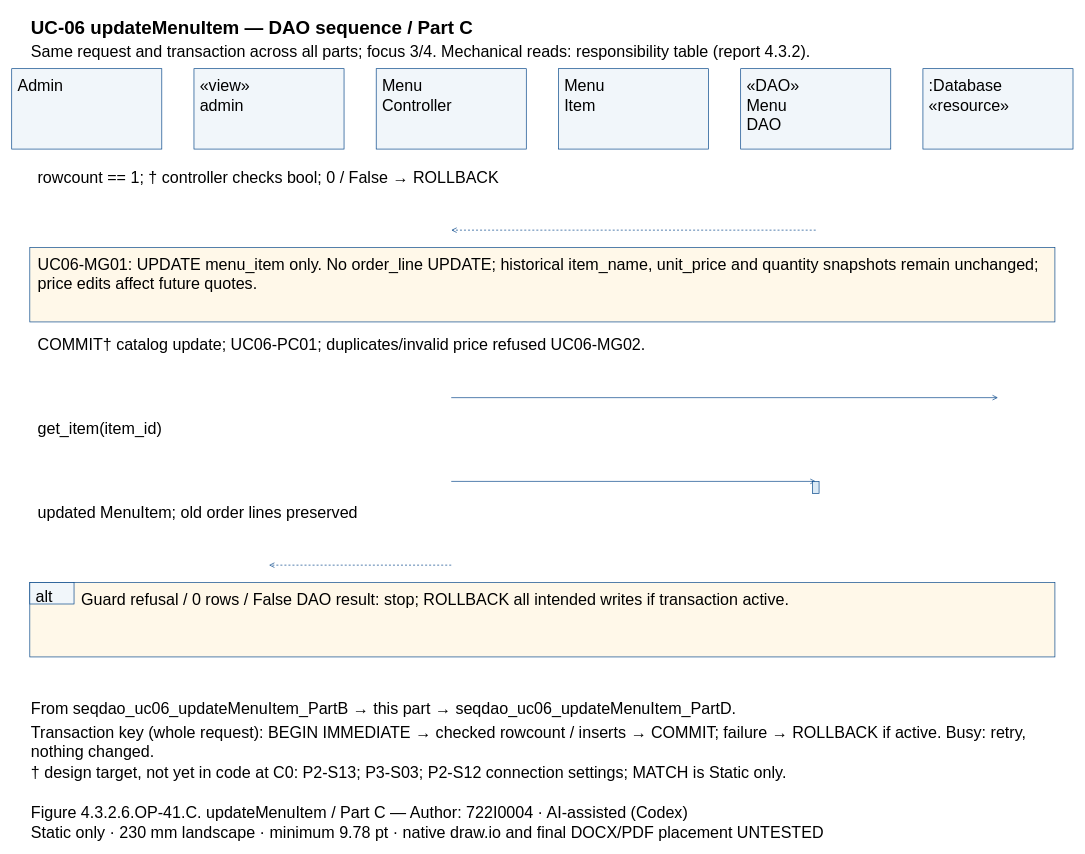
Above: models/UC-06/seqdao_uc06_updateMenuItem_PartC.drawio in Dat071104/SaigonBite (draw.io), before the change. Source tidied: cells renumbered, new cells numbered last; positions are measured from the earlier drawing's top-left corner, leaving out a move shared by most shapes. Both pictures are drawn from the tidied source at 67%, with x=0, y=0 at pixel (11, 11).
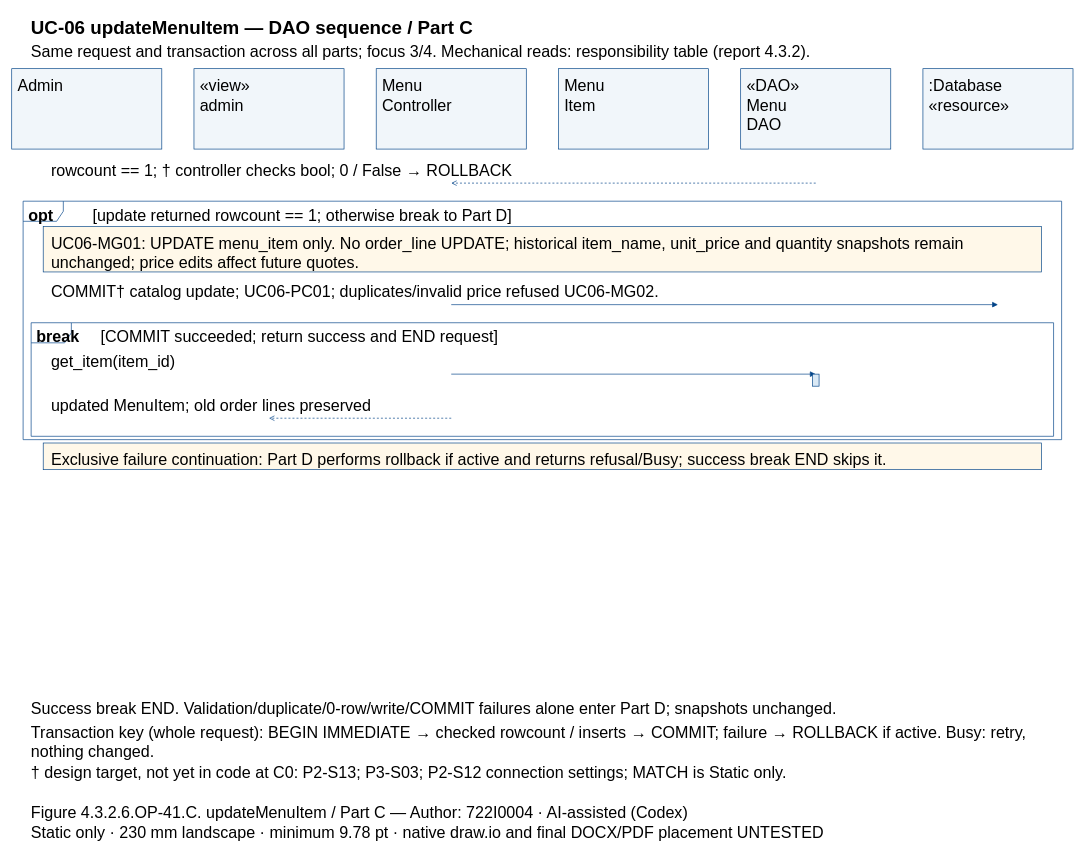
The same page after the edit.

Change to the diagram source:
```diff
@@
+    <mxCell id="44" style="shape=umlFrame;fillColor=none;strokeColor=#004387;" parent="1" vertex="1">
+      <mxGeometry x="17" y="282.8" width="1550" height="355.9" as="geometry" />
+    </mxCell>
+    <mxCell id="45" style="shape=umlFrame;fillColor=none;strokeColor=#004387;" parent="1" vertex="1">
+      <mxGeometry x="29" y="464.2" width="1526" height="169.5" as="geometry" />
+    </mxCell>
@@
-    <mxCell id="5" value="Admin" style="text;html=0;whiteSpace=wrap;align=left;verticalAlign=top;strokeColor=none;fillColor=none;fontFamily=Arial;fontSize=24;fontStyle=0;" parent="1" vertex="1">
-      <mxGeometry x="7" y="90" width="210" height="27.8" as="geometry" />
-    </mxCell>
+    <mxCell id="7" value="Admin" style="text;html=0;whiteSpace=wrap;align=left;verticalAlign=top;strokeColor=none;fillColor=none;fontFamily=Arial;fontSize=24;fontStyle=0;" parent="1" vertex="1">
+      <mxGeometry x="7" y="90" width="210" height="27.8" as="geometry" />
+    </mxCell>
@@
-    <mxCell id="7" value="«view»&#10;admin" style="text;html=0;whiteSpace=wrap;align=left;verticalAlign=top;strokeColor=none;fillColor=none;fontFamily=Arial;fontSize=24;fontStyle=0;" parent="1" vertex="1">
-      <mxGeometry x="279" y="90" width="210" height="55.7" as="geometry" />
-    </mxCell>
+    <mxCell id="9" value="«view»&#10;admin" style="text;html=0;whiteSpace=wrap;align=left;verticalAlign=top;strokeColor=none;fillColor=none;fontFamily=Arial;fontSize=24;fontStyle=0;" parent="1" vertex="1">
+      <mxGeometry x="279" y="90" width="210" height="55.7" as="geometry" />
+    </mxCell>
@@
-    <mxCell id="9" value="Menu&#10;Controller" style="text;html=0;whiteSpace=wrap;align=left;verticalAlign=top;strokeColor=none;fillColor=none;fontFamily=Arial;fontSize=24;fontStyle=0;" parent="1" vertex="1">
-      <mxGeometry x="551" y="90" width="210" height="55.7" as="geometry" />
-    </mxCell>
+    <mxCell id="11" value="Menu&#10;Controller" style="text;html=0;whiteSpace=wrap;align=left;verticalAlign=top;strokeColor=none;fillColor=none;fontFamily=Arial;fontSize=24;fontStyle=0;" parent="1" vertex="1">
+      <mxGeometry x="551" y="90" width="210" height="55.7" as="geometry" />
+    </mxCell>
@@
-    <mxCell id="11" value="Menu&#10;Item" style="text;html=0;whiteSpace=wrap;align=left;verticalAlign=top;strokeColor=none;fillColor=none;fontFamily=Arial;fontSize=24;fontStyle=0;" parent="1" vertex="1">
-      <mxGeometry x="823" y="90" width="210" height="55.7" as="geometry" />
-    </mxCell>
+    <mxCell id="13" value="Menu&#10;Item" style="text;html=0;whiteSpace=wrap;align=left;verticalAlign=top;strokeColor=none;fillColor=none;fontFamily=Arial;fontSize=24;fontStyle=0;" parent="1" vertex="1">
+      <mxGeometry x="823" y="90" width="210" height="55.7" as="geometry" />
+    </mxCell>
@@
-    <mxCell id="13" value="«DAO»&#10;Menu&#10;DAO" style="text;html=0;whiteSpace=wrap;align=left;verticalAlign=top;strokeColor=none;fillColor=none;fontFamily=Arial;fontSize=24;fontStyle=0;" parent="1" vertex="1">
-      <mxGeometry x="1095" y="90" width="210" height="83.5" as="geometry" />
-    </mxCell>
+    <mxCell id="15" value="«DAO»&#10;Menu&#10;DAO" style="text;html=0;whiteSpace=wrap;align=left;verticalAlign=top;strokeColor=none;fillColor=none;fontFamily=Arial;fontSize=24;fontStyle=0;" parent="1" vertex="1">
+      <mxGeometry x="1095" y="90" width="210" height="83.5" as="geometry" />
+    </mxCell>
@@
-    <mxCell id="15" value=":Database&#10;«resource»" style="text;html=0;whiteSpace=wrap;align=left;verticalAlign=top;strokeColor=none;fillColor=none;fontFamily=Arial;fontSize=24;fontStyle=0;" parent="1" vertex="1">
-      <mxGeometry x="1367" y="90" width="210" height="55.7" as="geometry" />
-    </mxCell>
-    <mxCell id="16" value="rowcount == 1; † controller checks bool; 0 / False → ROLLBACK" style="text;html=0;whiteSpace=wrap;align=left;verticalAlign=top;strokeColor=none;fillColor=none;fontFamily=Arial;fontSize=24;fontStyle=0;" parent="1" vertex="1">
-      <mxGeometry x="37" y="227" width="1510" height="27.8" as="geometry" />
-    </mxCell>
+    <mxCell id="46" value=":Database&#10;«resource»" style="text;html=0;whiteSpace=wrap;align=left;verticalAlign=top;strokeColor=none;fillColor=none;fontFamily=Arial;fontSize=24;fontStyle=0;" parent="1" vertex="1">
+      <mxGeometry x="1367" y="90" width="210" height="55.7" as="geometry" />
+    </mxCell>
+    <mxCell id="47" value="opt" style="text;html=0;whiteSpace=wrap;align=left;verticalAlign=top;strokeColor=none;fillColor=none;fontFamily=Arial;fontSize=24;fontStyle=1;" parent="1" vertex="1">
+      <mxGeometry x="23" y="283.8" width="84" height="27.8" as="geometry" />
+    </mxCell>
+    <mxCell id="48" value="[update returned rowcount == 1; otherwise break to Part D]" style="text;html=0;whiteSpace=wrap;align=left;verticalAlign=top;strokeColor=none;fillColor=none;fontFamily=Arial;fontSize=24;fontStyle=0;" parent="1" vertex="1">
+      <mxGeometry x="119" y="283.8" width="1438" height="27.8" as="geometry" />
+    </mxCell>
+    <mxCell id="49" value="break" style="text;html=0;whiteSpace=wrap;align=left;verticalAlign=top;strokeColor=none;fillColor=none;fontFamily=Arial;fontSize=24;fontStyle=1;" parent="1" vertex="1">
+      <mxGeometry x="35" y="465.2" width="84" height="27.8" as="geometry" />
+    </mxCell>
+    <mxCell id="50" value="[COMMIT succeeded; return success and END request]" style="text;html=0;whiteSpace=wrap;align=left;verticalAlign=top;strokeColor=none;fillColor=none;fontFamily=Arial;fontSize=24;fontStyle=0;" parent="1" vertex="1">
+      <mxGeometry x="131" y="465.2" width="1414" height="27.8" as="geometry" />
+    </mxCell>
+    <mxCell id="26" value="rowcount == 1; † controller checks bool; 0 / False → ROLLBACK" style="text;html=0;whiteSpace=wrap;align=left;verticalAlign=top;strokeColor=none;fillColor=none;fontFamily=Arial;fontSize=24;fontStyle=0;" parent="1" vertex="1">
+      <mxGeometry x="57" y="217" width="1470" height="27.8" as="geometry" />
+    </mxCell>
     <mxCell id="17" style="opacity=0;" parent="1" vertex="1">
-      <mxGeometry x="1200" y="326" as="geometry" />
+      <mxGeometry x="1200" y="255.8" as="geometry" />
     </mxCell>
     <mxCell id="18" style="opacity=0;" parent="1" vertex="1">
-      <mxGeometry x="656" y="326" as="geometry" />
+      <mxGeometry x="656" y="255.8" as="geometry" />
     </mxCell>
-    <mxCell id="19" style="edgeStyle=none;endArrow=open;strokeColor=#004387;dashed=1;exitX=0.5;entryX=0.5;exitPerimeter=0;entryPerimeter=0;" parent="1" edge="1" source="17" target="18">
+    <mxCell id="19" style="edgeStyle=none;endArrow=open;endFill=0;strokeColor=#004387;dashed=1;exitX=0.5;entryX=0.5;exitPerimeter=0;entryPerimeter=0;" parent="1" edge="1" source="17" target="18">
       <mxGeometry relative="1" as="geometry" />
     </mxCell>
-    <mxCell id="20" style="fillColor=#FFF8E9;strokeColor=#004387;" parent="1" vertex="1">
-      <mxGeometry x="27" y="352" width="1530" height="111" as="geometry" />
-    </mxCell>
-    <mxCell id="21" value="UC06-MG01: UPDATE menu_item only. No order_line UPDATE; historical item_name, unit_price and quantity snapshots remain unchanged;&#10;price edits affect future quotes." style="text;html=0;whiteSpace=wrap;align=left;verticalAlign=top;strokeColor=none;fillColor=none;fontFamily=Arial;fontSize=24;fontStyle=0;" parent="1" vertex="1">
-      <mxGeometry x="37" y="357" width="1510" height="55.7" as="geometry" />
-    </mxCell>
+    <mxCell id="30" style="fillColor=#FFF8E9;strokeColor=#004387;" parent="1" vertex="1">
+      <mxGeometry x="47" y="320.7" width="1490" height="67.7" as="geometry" />
+    </mxCell>
+    <mxCell id="31" value="UC06-MG01: UPDATE menu_item only. No order_line UPDATE; historical item_name, unit_price and quantity snapshots remain&#10;unchanged; price edits affect future quotes." style="text;html=0;whiteSpace=wrap;align=left;verticalAlign=top;strokeColor=none;fillColor=none;fontFamily=Arial;fontSize=24;fontStyle=0;" parent="1" vertex="1">
+      <mxGeometry x="57" y="324.7" width="1470" height="55.7" as="geometry" />
+    </mxCell>
     <mxCell id="22" value="COMMIT† catalog update; UC06-PC01; duplicates/invalid price refused UC06-MG02." style="text;html=0;whiteSpace=wrap;align=left;verticalAlign=top;strokeColor=none;fillColor=none;fontFamily=Arial;fontSize=24;fontStyle=0;" parent="1" vertex="1">
-      <mxGeometry x="37" y="477" width="1510" height="27.8" as="geometry" />
+      <mxGeometry x="57" y="398.4" width="1470" height="27.8" as="geometry" />
     </mxCell>
     <mxCell id="23" style="opacity=0;" parent="1" vertex="1">
-      <mxGeometry x="656" y="576" as="geometry" />
+      <mxGeometry x="656" y="437.2" as="geometry" />
     </mxCell>
     <mxCell id="24" style="opacity=0;" parent="1" vertex="1">
-      <mxGeometry x="1472" y="576" as="geometry" />
+      <mxGeometry x="1472" y="437.2" as="geometry" />
     </mxCell>
-    <mxCell id="25" style="edgeStyle=none;endArrow=open;strokeColor=#004387;exitX=0.5;entryX=0.5;exitPerimeter=0;entryPerimeter=0;" parent="1" edge="1" source="23" target="24">
+    <mxCell id="25" style="edgeStyle=none;endArrow=block;endFill=1;strokeColor=#004387;exitX=0.5;entryX=0.5;exitPerimeter=0;entryPerimeter=0;" parent="1" edge="1" source="23" target="24">
       <mxGeometry relative="1" as="geometry" />
     </mxCell>
-    <mxCell id="26" value="get_item(item_id)" style="text;html=0;whiteSpace=wrap;align=left;verticalAlign=top;strokeColor=none;fillColor=none;fontFamily=Arial;fontSize=24;fontStyle=0;" parent="1" vertex="1">
-      <mxGeometry x="37" y="602" width="1510" height="27.8" as="geometry" />
-    </mxCell>
+    <mxCell id="51" value="get_item(item_id)" style="text;html=0;whiteSpace=wrap;align=left;verticalAlign=top;strokeColor=none;fillColor=none;fontFamily=Arial;fontSize=24;fontStyle=0;" parent="1" vertex="1">
+      <mxGeometry x="57" y="502" width="1470" height="27.8" as="geometry" />
+    </mxCell>
     <mxCell id="27" style="opacity=0;" parent="1" vertex="1">
-      <mxGeometry x="656" y="701" as="geometry" />
+      <mxGeometry x="656" y="540.9" as="geometry" />
     </mxCell>
     <mxCell id="28" style="opacity=0;" parent="1" vertex="1">
-      <mxGeometry x="1200" y="701" as="geometry" />
+      <mxGeometry x="1200" y="540.9" as="geometry" />
     </mxCell>
-    <mxCell id="29" style="edgeStyle=none;endArrow=open;strokeColor=#004387;exitX=0.5;entryX=0.5;exitPerimeter=0;entryPerimeter=0;" parent="1" edge="1" source="27" target="28">
+    <mxCell id="29" style="edgeStyle=none;endArrow=block;endFill=1;strokeColor=#004387;exitX=0.5;entryX=0.5;exitPerimeter=0;entryPerimeter=0;" parent="1" edge="1" source="27" target="28">
       <mxGeometry relative="1" as="geometry" />
     </mxCell>
-    <mxCell id="30" style="fillColor=#DAE9F5;strokeColor=#004387;" parent="1" vertex="1">
-      <mxGeometry x="1195" y="701" width="10" height="18" as="geometry" />
-    </mxCell>
-    <mxCell id="31" value="updated MenuItem; old order lines preserved" style="text;html=0;whiteSpace=wrap;align=left;verticalAlign=top;strokeColor=none;fillColor=none;fontFamily=Arial;fontSize=24;fontStyle=0;" parent="1" vertex="1">
-      <mxGeometry x="37" y="727" width="1510" height="27.8" as="geometry" />
-    </mxCell>
+    <mxCell id="52" style="fillColor=#DAE9F5;strokeColor=#004387;" parent="1" vertex="1">
+      <mxGeometry x="1195" y="540.9" width="10" height="18" as="geometry" />
+    </mxCell>
+    <mxCell id="39" value="updated MenuItem; old order lines preserved" style="text;html=0;whiteSpace=wrap;align=left;verticalAlign=top;strokeColor=none;fillColor=none;fontFamily=Arial;fontSize=24;fontStyle=0;" parent="1" vertex="1">
+      <mxGeometry x="57" y="567.9" width="1470" height="27.8" as="geometry" />
+    </mxCell>
     <mxCell id="32" style="opacity=0;" parent="1" vertex="1">
-      <mxGeometry x="656" y="826" as="geometry" />
+      <mxGeometry x="656" y="606.7" as="geometry" />
     </mxCell>
     <mxCell id="33" style="opacity=0;" parent="1" vertex="1">
-      <mxGeometry x="384" y="826" as="geometry" />
+      <mxGeometry x="384" y="606.7" as="geometry" />
     </mxCell>
-    <mxCell id="34" style="edgeStyle=none;endArrow=open;strokeColor=#004387;dashed=1;exitX=0.5;entryX=0.5;exitPerimeter=0;entryPerimeter=0;" parent="1" edge="1" source="32" target="33">
+    <mxCell id="34" style="edgeStyle=none;endArrow=open;endFill=0;strokeColor=#004387;dashed=1;exitX=0.5;entryX=0.5;exitPerimeter=0;entryPerimeter=0;" parent="1" edge="1" source="32" target="33">
       <mxGeometry relative="1" as="geometry" />
     </mxCell>
-    <mxCell id="35" style="fillColor=#FFF8E9;strokeColor=#004387;" parent="1" vertex="1">
-      <mxGeometry x="27" y="852" width="1530" height="111" as="geometry" />
-    </mxCell>
-    <mxCell id="36" style="fillColor=#F1F6FA;strokeColor=#004387;" parent="1" vertex="1">
-      <mxGeometry x="27" y="852" width="66" height="32" as="geometry" />
-    </mxCell>
-    <mxCell id="37" value="alt" style="text;html=0;whiteSpace=wrap;align=left;verticalAlign=top;strokeColor=none;fillColor=none;fontFamily=Arial;fontSize=24;fontStyle=0;" parent="1" vertex="1">
-      <mxGeometry x="34" y="852" width="56" height="27.8" as="geometry" />
-    </mxCell>
-    <mxCell id="38" value="Guard refusal / 0 rows / False DAO result: stop; ROLLBACK all intended writes if transaction active." style="text;html=0;whiteSpace=wrap;align=left;verticalAlign=top;strokeColor=none;fillColor=none;fontFamily=Arial;fontSize=24;fontStyle=0;" parent="1" vertex="1">
-      <mxGeometry x="102" y="857" width="1440" height="27.8" as="geometry" />
-    </mxCell>
-    <mxCell id="39" value="From seqdao_uc06_updateMenuItem_PartB → this part → seqdao_uc06_updateMenuItem_PartD." style="text;html=0;whiteSpace=wrap;align=left;verticalAlign=top;strokeColor=none;fillColor=none;fontFamily=Arial;fontSize=24;fontStyle=0;" parent="1" vertex="1">
-      <mxGeometry x="27" y="1020" width="1530" height="27.8" as="geometry" />
-    </mxCell>
+    <mxCell id="53" style="fillColor=#FFF8E9;strokeColor=#004387;" parent="1" vertex="1">
+      <mxGeometry x="47" y="643.7" width="1490" height="39.8" as="geometry" />
+    </mxCell>
+    <mxCell id="42" value="Exclusive failure continuation: Part D performs rollback if active and returns refusal/Busy; success break END skips it." style="text;html=0;whiteSpace=wrap;align=left;verticalAlign=top;strokeColor=none;fillColor=none;fontFamily=Arial;fontSize=24;fontStyle=0;" parent="1" vertex="1">
+      <mxGeometry x="57" y="647.7" width="1470" height="27.8" as="geometry" />
+    </mxCell>
+    <mxCell id="43" value="Success break END. Validation/duplicate/0-row/write/COMMIT failures alone enter Part D; snapshots unchanged." style="text;html=0;whiteSpace=wrap;align=left;verticalAlign=top;strokeColor=none;fillColor=none;fontFamily=Arial;fontSize=24;fontStyle=0;" parent="1" vertex="1">
+      <mxGeometry x="27" y="1020" width="1530" height="27.8" as="geometry" />
+    </mxCell>
@@
-    <mxCell id="42" value="Figure 4.3.2.6.OP-41.C. updateMenuItem / Part C — Author: 722I0004 · AI-assisted (Codex)" style="text;html=0;whiteSpace=wrap;align=left;verticalAlign=top;strokeColor=none;fillColor=none;fontFamily=Arial;fontSize=24;fontStyle=0;" parent="1" vertex="1">
-      <mxGeometry x="27" y="1175" width="1530" height="27.8" as="geometry" />
-    </mxCell>
-    <mxCell id="43" value="Static only · 230 mm landscape · minimum 9.78 pt · native draw.io and final DOCX/PDF placement UNTESTED" style="text;html=0;whiteSpace=wrap;align=left;verticalAlign=top;strokeColor=none;fillColor=none;fontFamily=Arial;fontSize=24;fontStyle=0;" parent="1" vertex="1">
-      <mxGeometry x="27" y="1205" width="1530" height="27.8" as="geometry" />
-    </mxCell>
+    <mxCell id="54" value="Figure 4.3.2.6.OP-41.C. updateMenuItem / Part C — Author: 722I0004 · AI-assisted (Codex)" style="text;html=0;whiteSpace=wrap;align=left;verticalAlign=top;strokeColor=none;fillColor=none;fontFamily=Arial;fontSize=24;fontStyle=0;" parent="1" vertex="1">
+      <mxGeometry x="27" y="1175" width="1530" height="27.8" as="geometry" />
+    </mxCell>
+    <mxCell id="55" value="Static only · 230 mm landscape · minimum 9.78 pt · native draw.io and final DOCX/PDF placement UNTESTED" style="text;html=0;whiteSpace=wrap;align=left;verticalAlign=top;strokeColor=none;fillColor=none;fontFamily=Arial;fontSize=24;fontStyle=0;" parent="1" vertex="1">
+      <mxGeometry x="27" y="1205" width="1530" height="27.8" as="geometry" />
+    </mxCell>
```
